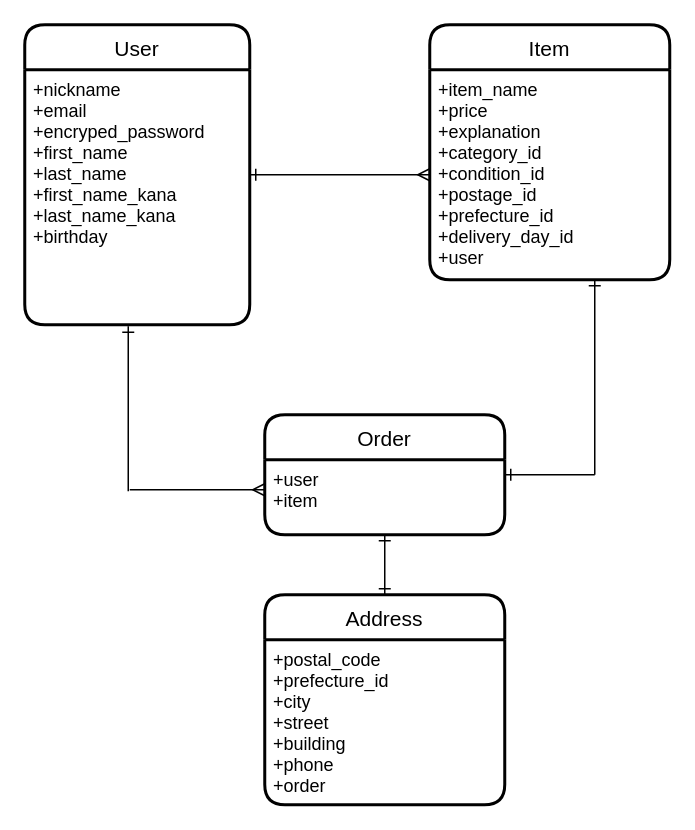
This is test.dio from sakki1226/furima-39659, a draw.io file, before an edit. Source tidied: cells renumbered, new cells numbered last; positions are measured from the earlier drawing's top-left corner, leaving out a move shared by most shapes. Both pictures are drawn from the tidied source at 150%, with x=0, y=0 at pixel (24, 24).
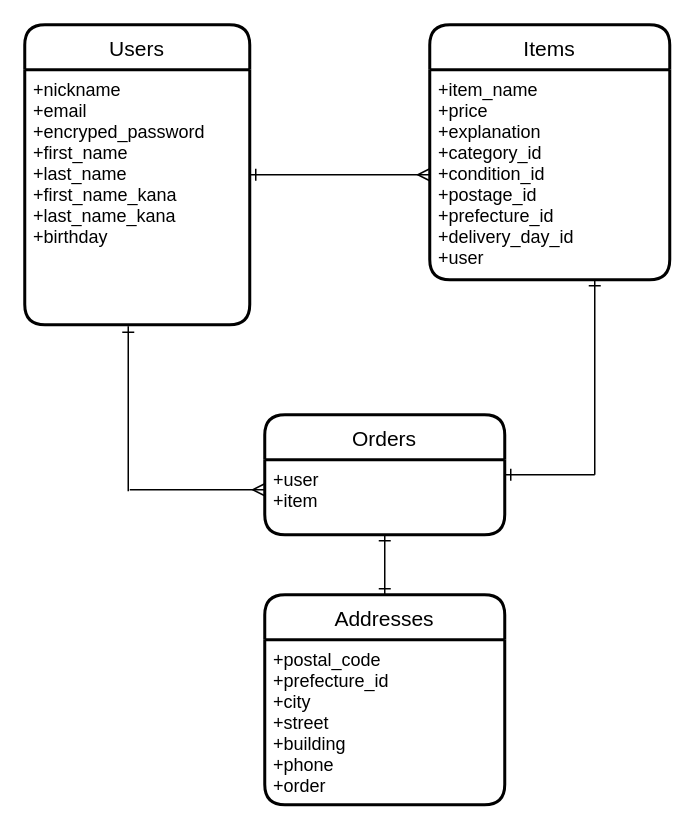
The same page after the edit.

Commit message (it also covers changes not shown here):
ER図とREADMEの修正２

Diff of the diagram source:
```diff
@@
 <mxGraphModel>
   <root>
     <mxCell id="0" />
     <mxCell id="1" parent="0" />
     <mxCell id="2" style="edgeStyle=none;html=1;entryX=0;entryY=0.5;entryDx=0;entryDy=0;startArrow=ERone;startFill=0;endArrow=ERmany;endFill=0;" parent="1" edge="1" source="3" target="6">
       <mxGeometry relative="1" as="geometry" />
     </mxCell>
-    <mxCell id="3" value="User" style="swimlane;horizontal=1;startSize=30;rounded=1;fontSize=14;fontStyle=0;strokeWidth=2;shadow=0;dashed=0;align=center;" parent="1" vertex="1">
+    <mxCell id="3" value="Users" style="swimlane;horizontal=1;startSize=30;rounded=1;fontSize=14;fontStyle=0;strokeWidth=2;shadow=0;dashed=0;align=center;" parent="1" vertex="1">
       <mxGeometry width="150" height="200" as="geometry" />
     </mxCell>
     <mxCell id="4" value="+nickname&#10;+email&#10;+encryped_password&#10;+first_name&#10;+last_name&#10;+first_name_kana&#10;+last_name_kana&#10;+birthday" style="align=left;strokeColor=none;fillColor=none;spacingLeft=4;fontSize=12;verticalAlign=top;" parent="3" vertex="1">
       <mxGeometry y="30" width="150" height="170" as="geometry" />
     </mxCell>
-    <mxCell id="5" value="Item" style="swimlane;horizontal=1;startSize=30;rounded=1;fontSize=14;fontStyle=0;strokeWidth=2;shadow=0;dashed=0;align=center;" parent="1" vertex="1">
+    <mxCell id="5" value="Items" style="swimlane;horizontal=1;startSize=30;rounded=1;fontSize=14;fontStyle=0;strokeWidth=2;shadow=0;dashed=0;align=center;" parent="1" vertex="1">
       <mxGeometry x="270" width="160" height="170" as="geometry" />
     </mxCell>
     <mxCell id="6" value="+item_name&#10;+price&#10;+explanation&#10;+category_id&#10;+condition_id&#10;+postage_id&#10;+prefecture_id&#10;+delivery_day_id&#10;+user" style="align=left;strokeColor=none;fillColor=none;spacingLeft=4;fontSize=12;verticalAlign=top;" parent="5" vertex="1">
       <mxGeometry y="30" width="160" height="140" as="geometry" />
     </mxCell>
-    <mxCell id="7" value="Order" style="swimlane;horizontal=1;startSize=30;rounded=1;fontSize=14;fontStyle=0;strokeWidth=2;shadow=0;dashed=0;align=center;" parent="1" vertex="1">
+    <mxCell id="7" value="Orders" style="swimlane;horizontal=1;startSize=30;rounded=1;fontSize=14;fontStyle=0;strokeWidth=2;shadow=0;dashed=0;align=center;" parent="1" vertex="1">
       <mxGeometry x="160" y="260" width="160" height="80" as="geometry" />
     </mxCell>
     <mxCell id="8" value="+user&#10;+item&#10;" style="align=left;strokeColor=none;fillColor=none;spacingLeft=4;fontSize=12;verticalAlign=top;" parent="7" vertex="1">
       <mxGeometry y="30" width="160" height="50" as="geometry" />
     </mxCell>
-    <mxCell id="9" value="Address" style="swimlane;horizontal=1;startSize=30;rounded=1;fontSize=14;fontStyle=0;strokeWidth=2;shadow=0;dashed=0;align=center;" parent="1" vertex="1">
+    <mxCell id="9" value="Addresses" style="swimlane;horizontal=1;startSize=30;rounded=1;fontSize=14;fontStyle=0;strokeWidth=2;shadow=0;dashed=0;align=center;" parent="1" vertex="1">
       <mxGeometry x="160" y="380" width="160" height="140" as="geometry" />
     </mxCell>
     <mxCell id="10" value="+postal_code&#10;+prefecture_id&#10;+city&#10;+street&#10;+building&#10;+phone&#10;+order" style="align=left;strokeColor=none;fillColor=none;spacingLeft=4;fontSize=12;verticalAlign=top;" parent="9" vertex="1">
       <mxGeometry y="30" width="160" height="110" as="geometry" />
     </mxCell>
     <mxCell id="11" style="endArrow=none;html=1;rounded=0;startArrow=ERone;startFill=0;" parent="1" edge="1">
       <mxGeometry relative="1" as="geometry">
         <mxPoint x="69" y="201" as="sourcePoint" />
         <mxPoint x="69" y="311" as="targetPoint" />
       </mxGeometry>
     </mxCell>
     <mxCell id="12" style="endArrow=ERmany;html=1;rounded=0;endFill=0;" parent="1" edge="1">
       <mxGeometry relative="1" as="geometry">
         <mxPoint x="70" y="310" as="sourcePoint" />
         <mxPoint x="160" y="310" as="targetPoint" />
       </mxGeometry>
     </mxCell>
     <mxCell id="13" style="edgeStyle=none;html=1;exitX=0.5;exitY=1;exitDx=0;exitDy=0;entryX=0.5;entryY=0;entryDx=0;entryDy=0;startArrow=ERone;startFill=0;endArrow=ERone;endFill=0;" parent="1" edge="1" source="8" target="9">
       <mxGeometry relative="1" as="geometry" />
     </mxCell>
     <mxCell id="14" style="edgeStyle=none;html=1;exitX=1;exitY=0;exitDx=0;exitDy=0;startArrow=ERone;startFill=0;endArrow=none;endFill=0;" parent="1" edge="1">
       <mxGeometry relative="1" as="geometry">
         <mxPoint x="320" y="300" as="sourcePoint" />
         <mxPoint x="380" y="300" as="targetPoint" />
       </mxGeometry>
     </mxCell>
     <mxCell id="15" style="edgeStyle=none;html=1;exitX=0.75;exitY=1;exitDx=0;exitDy=0;startArrow=ERone;startFill=0;endArrow=none;endFill=0;" parent="1" edge="1">
       <mxGeometry relative="1" as="geometry">
         <mxPoint x="380" y="170" as="sourcePoint" />
         <mxPoint x="380" y="300" as="targetPoint" />
       </mxGeometry>
     </mxCell>
   </root>
 </mxGraphModel>
```
